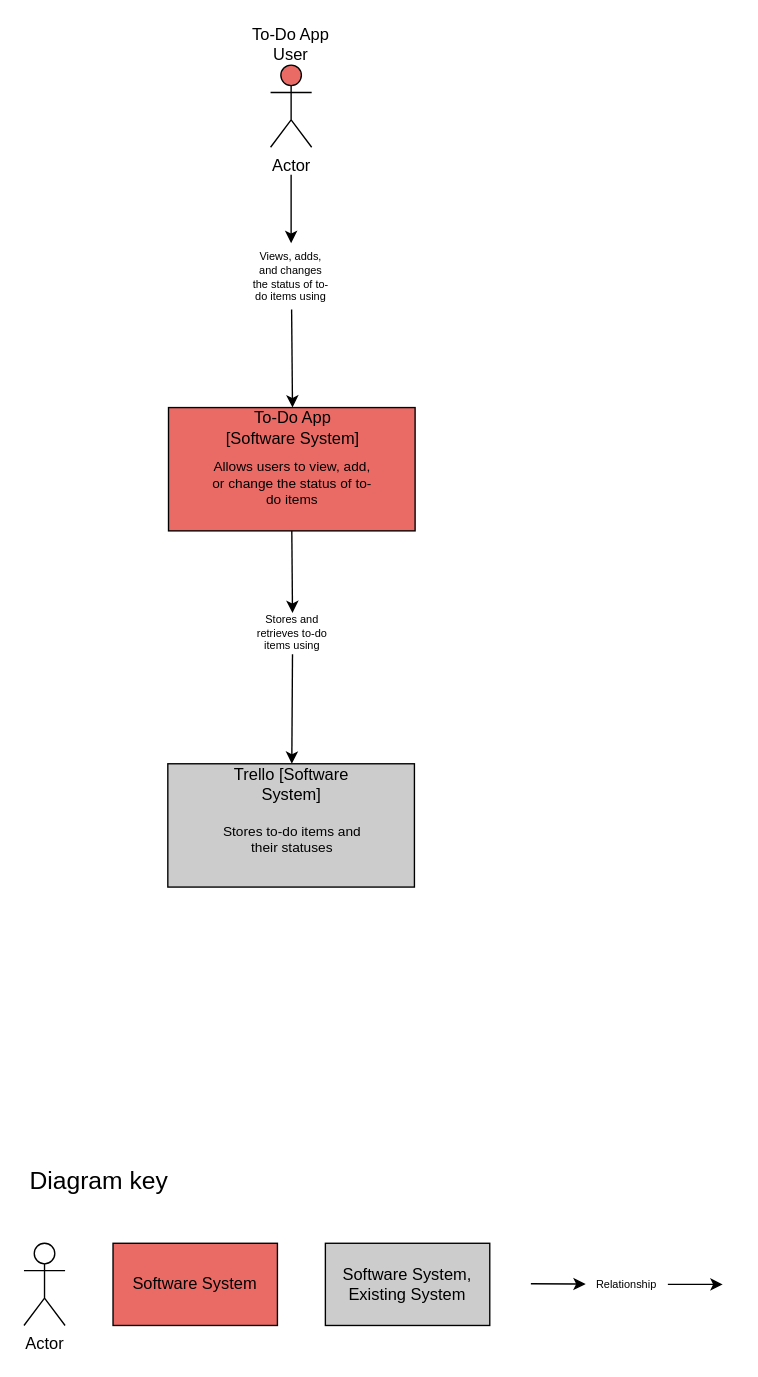
This is architecture_diagrams/context_diagram.drawio from oscar-richardson-softwire/DevOps-Course-Starter, a draw.io file, before an edit. Source tidied: cells renumbered, new cells numbered last; positions are measured from the earlier drawing's top-left corner, leaving out a move shared by most shapes. Both pictures are drawn from the tidied source at 137%, with x=0, y=0 at pixel (23, 23).
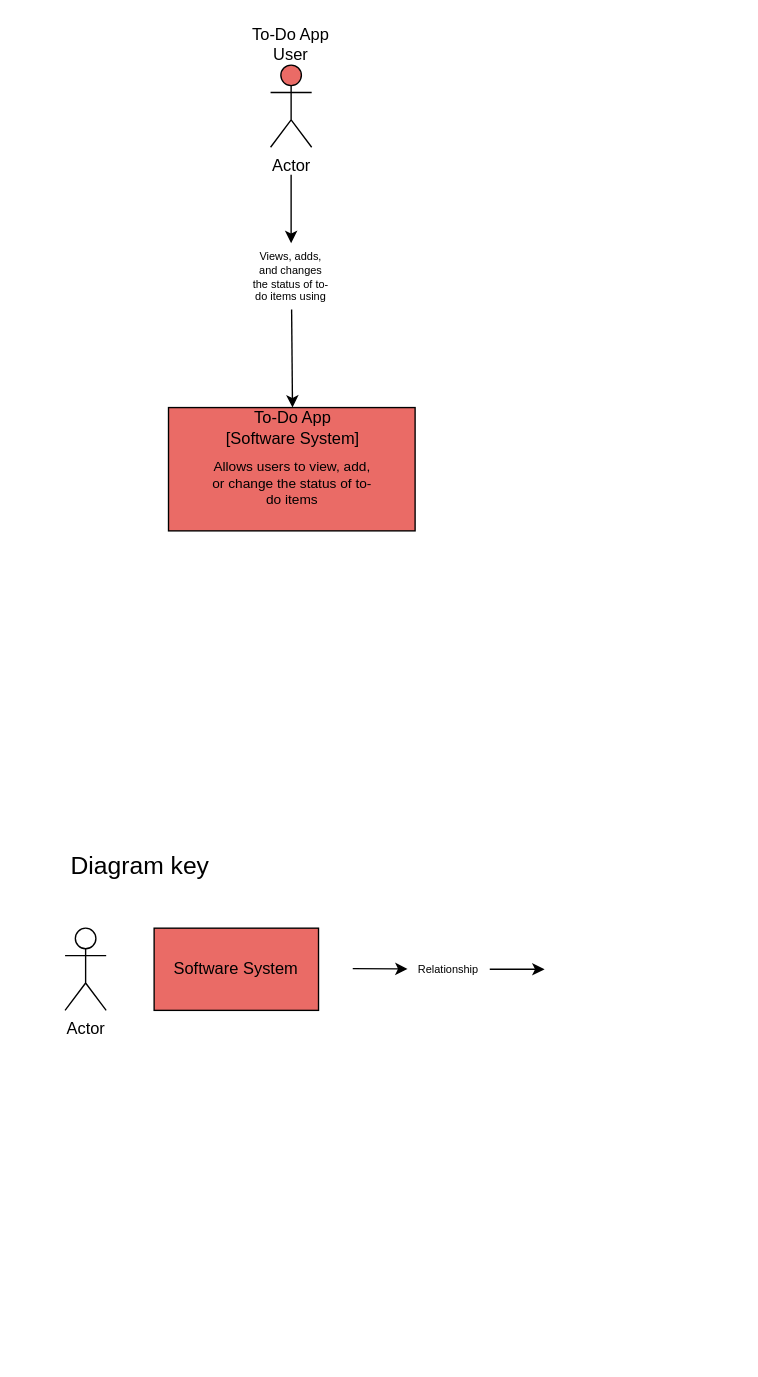
Above is the later version.

The change refers to these unchanged cells:
```xml
<mxCell id="20" style="rounded=0;whiteSpace=wrap;html=1;fillColor=#EA6B66;" parent="1" vertex="1">
  <mxGeometry x="105.5" y="280" width="180" height="90" as="geometry" />
</mxCell>
```

What changed in the source:
```diff
@@
-    <mxCell id="7" style="rounded=0;whiteSpace=wrap;html=1;fillColor=#CCCCCC;" parent="1" vertex="1">
-      <mxGeometry x="105" y="540" width="180" height="90" as="geometry" />
-    </mxCell>
-    <mxCell id="8" value="Stores to-do items and their statuses" style="text;html=1;align=center;verticalAlign=middle;whiteSpace=wrap;rounded=0;fontSize=10;" parent="1" vertex="1">
-      <mxGeometry x="135.5" y="580" width="120" height="30" as="geometry" />
-    </mxCell>
-    <mxCell id="9" value="Trello [Software System]" style="text;html=1;align=center;verticalAlign=middle;whiteSpace=wrap;rounded=0;" parent="1" vertex="1">
-      <mxGeometry x="143" y="540" width="105" height="30" as="geometry" />
-    </mxCell>
-    <mxCell id="10" style="endArrow=classic;html=1;rounded=0;entryX=0.5;entryY=0;entryDx=0;entryDy=0;" parent="1" edge="1" target="9">
-      <mxGeometry relative="1" as="geometry">
-        <mxPoint x="196" y="460" as="sourcePoint" />
-      </mxGeometry>
-    </mxCell>
-    <mxCell id="11" style="endArrow=classic;html=1;rounded=0;exitX=0.5;exitY=1;exitDx=0;exitDy=0;entryX=0.5;entryY=0;entryDx=0;entryDy=0;" parent="1" edge="1" source="20" target="12">
-      <mxGeometry relative="1" as="geometry" />
-    </mxCell>
-    <mxCell id="12" value="Stores and retrieves to-do items using" style="text;html=1;align=center;verticalAlign=middle;whiteSpace=wrap;rounded=0;fontSize=8;" parent="1" vertex="1">
-      <mxGeometry x="166" y="430" width="60" height="30" as="geometry" />
-    </mxCell>
     <mxCell id="13" value="Software System" style="rounded=0;whiteSpace=wrap;html=1;fillColor=#EA6B66;" parent="1" vertex="1">
-      <mxGeometry x="65" y="890" width="120" height="60" as="geometry" />
+      <mxGeometry x="95" y="660" width="120" height="60" as="geometry" />
     </mxCell>
-    <mxCell id="14" value="Software System, Existing System" style="rounded=0;whiteSpace=wrap;html=1;fillColor=#CCCCCC;" parent="1" vertex="1">
-      <mxGeometry x="220" y="890" width="120" height="60" as="geometry" />
-    </mxCell>
     <mxCell id="15" value="Actor" style="shape=umlActor;verticalLabelPosition=bottom;verticalAlign=top;html=1;" parent="1" vertex="1">
-      <mxGeometry y="890" width="30" height="60" as="geometry" />
+      <mxGeometry x="30" y="660" width="30" height="60" as="geometry" />
     </mxCell>
     <mxCell id="16" style="endArrow=classic;html=1;rounded=0;" parent="1" edge="1" source="18">
       <mxGeometry relative="1" as="geometry">
-        <mxPoint x="510" y="920" as="targetPoint" />
+        <mxPoint x="380" y="690" as="targetPoint" />
       </mxGeometry>
     </mxCell>
     <mxCell id="17" style="endArrow=classic;html=1;rounded=0;" parent="1" edge="1" target="18">
       <mxGeometry relative="1" as="geometry">
-        <mxPoint x="370" y="919.5" as="sourcePoint" />
+        <mxPoint x="240" y="689.5" as="sourcePoint" />
       </mxGeometry>
     </mxCell>
     <mxCell id="18" value="Relationship" style="text;html=1;align=center;verticalAlign=middle;whiteSpace=wrap;rounded=0;fontSize=8;" parent="1" vertex="1">
-      <mxGeometry x="410" y="905" width="60" height="30" as="geometry" />
+      <mxGeometry x="280" y="675" width="60" height="30" as="geometry" />
     </mxCell>
     <mxCell id="19" value="Diagram key" style="text;html=1;align=center;verticalAlign=middle;whiteSpace=wrap;rounded=0;fontSize=18;" parent="1" vertex="1">
-      <mxGeometry y="830" width="110" height="30" as="geometry" />
+      <mxGeometry x="30" y="600" width="110" height="30" as="geometry" />
     </mxCell>
```
